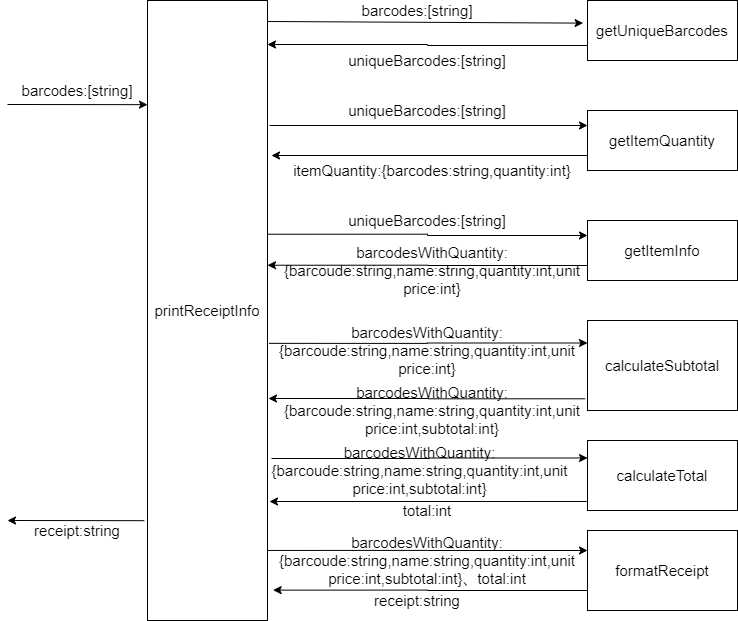
Earlier version of the draw.io export POSsystem.png (wyuefzhuol/POS-system). Source tidied: cells renumbered, new cells last; positions are measured from the earlier drawing's top-left corner, leaving out a move shared by most shapes.
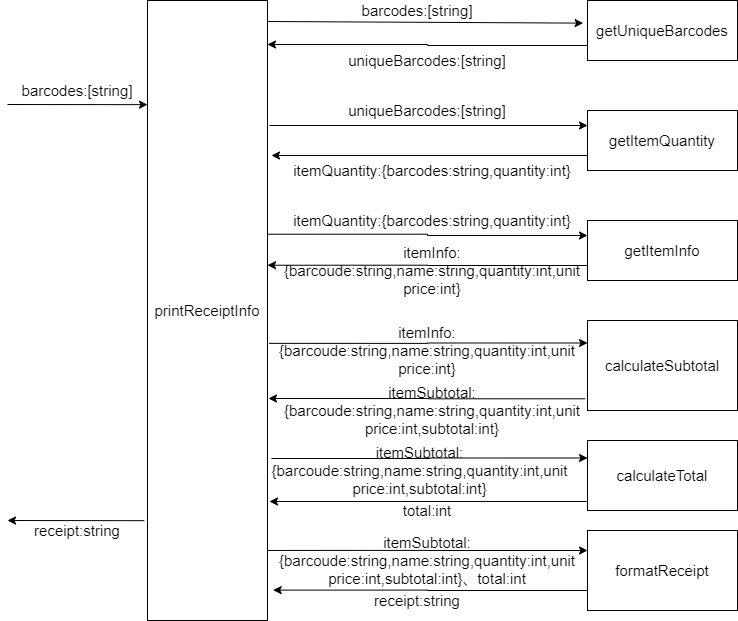
After the commit.

Change to the diagram source:
```diff
@@ -101,29 +101,29 @@
     <mxCell id="28" value="itemQuantity:{barcodes:string,quantity:int}" style="text;html=1;strokeColor=none;fillColor=none;align=center;verticalAlign=middle;whiteSpace=wrap;rounded=0;fontSize=15;" parent="1" vertex="1">
       <mxGeometry x="280" y="160" width="290" height="20" as="geometry" />
     </mxCell>
-    <mxCell id="29" value="uniqueBarcodes:[string]" style="text;html=1;strokeColor=none;fillColor=none;align=center;verticalAlign=middle;whiteSpace=wrap;rounded=0;fontSize=15;" parent="1" vertex="1">
-      <mxGeometry x="275" y="210" width="290" height="20" as="geometry" />
-    </mxCell>
-    <mxCell id="30" value="barcodesWithQuantity:{barcoude:string,name:string,quantity:int,unit price:int}" style="text;html=1;strokeColor=none;fillColor=none;align=center;verticalAlign=middle;whiteSpace=wrap;rounded=0;fontSize=15;" parent="1" vertex="1">
+    <mxCell id="30" value="itemInfo:{barcoude:string,name:string,quantity:int,unit price:int}" style="text;html=1;strokeColor=none;fillColor=none;align=center;verticalAlign=middle;whiteSpace=wrap;rounded=0;fontSize=15;" parent="1" vertex="1">
       <mxGeometry x="280" y="260" width="290" height="20" as="geometry" />
     </mxCell>
-    <mxCell id="31" value="barcodesWithQuantity:{barcoude:string,name:string,quantity:int,unit price:int}" style="text;html=1;strokeColor=none;fillColor=none;align=center;verticalAlign=middle;whiteSpace=wrap;rounded=0;fontSize=15;" parent="1" vertex="1">
+    <mxCell id="31" value="itemInfo:{barcoude:string,name:string,quantity:int,unit price:int}" style="text;html=1;strokeColor=none;fillColor=none;align=center;verticalAlign=middle;whiteSpace=wrap;rounded=0;fontSize=15;" parent="1" vertex="1">
       <mxGeometry x="275" y="340" width="290" height="20" as="geometry" />
     </mxCell>
-    <mxCell id="32" value="barcodesWithQuantity:{barcoude:string,name:string,quantity:int,unit price:int,subtotal:int}" style="text;html=1;strokeColor=none;fillColor=none;align=center;verticalAlign=middle;whiteSpace=wrap;rounded=0;fontSize=15;" parent="1" vertex="1">
+    <mxCell id="32" value="itemSubtotal:{barcoude:string,name:string,quantity:int,unit price:int,subtotal:int}" style="text;html=1;strokeColor=none;fillColor=none;align=center;verticalAlign=middle;whiteSpace=wrap;rounded=0;fontSize=15;" parent="1" vertex="1">
       <mxGeometry x="270" y="400" width="310" height="20" as="geometry" />
     </mxCell>
-    <mxCell id="33" value="barcodesWithQuantity:{barcoude:string,name:string,quantity:int,unit price:int,subtotal:int}" style="text;html=1;strokeColor=none;fillColor=none;align=center;verticalAlign=middle;whiteSpace=wrap;rounded=0;fontSize=15;" parent="1" vertex="1">
+    <mxCell id="33" value="itemSubtotal:{barcoude:string,name:string,quantity:int,unit price:int,subtotal:int}" style="text;html=1;strokeColor=none;fillColor=none;align=center;verticalAlign=middle;whiteSpace=wrap;rounded=0;fontSize=15;" parent="1" vertex="1">
       <mxGeometry x="265" y="460" width="295" height="20" as="geometry" />
     </mxCell>
     <mxCell id="34" value="total:int" style="text;html=1;strokeColor=none;fillColor=none;align=center;verticalAlign=middle;whiteSpace=wrap;rounded=0;fontSize=15;" parent="1" vertex="1">
       <mxGeometry x="330" y="500" width="180" height="20" as="geometry" />
     </mxCell>
-    <mxCell id="35" value="barcodesWithQuantity:{barcoude:string,name:string,quantity:int,unit price:int,subtotal:int}、total:int" style="text;html=1;strokeColor=none;fillColor=none;align=center;verticalAlign=middle;whiteSpace=wrap;rounded=0;fontSize=15;" parent="1" vertex="1">
+    <mxCell id="35" value="itemSubtotal:{barcoude:string,name:string,quantity:int,unit price:int,subtotal:int}、total:int" style="text;html=1;strokeColor=none;fillColor=none;align=center;verticalAlign=middle;whiteSpace=wrap;rounded=0;fontSize=15;" parent="1" vertex="1">
       <mxGeometry x="295" y="550" width="250" height="20" as="geometry" />
     </mxCell>
     <mxCell id="36" value="receipt:string" style="text;html=1;strokeColor=none;fillColor=none;align=center;verticalAlign=middle;whiteSpace=wrap;rounded=0;fontSize=15;" parent="1" vertex="1">
       <mxGeometry x="320" y="590" width="180" height="20" as="geometry" />
     </mxCell>
+    <mxCell id="37" value="itemQuantity:{barcodes:string,quantity:int}" style="text;html=1;strokeColor=none;fillColor=none;align=center;verticalAlign=middle;whiteSpace=wrap;rounded=0;fontSize=15;" parent="1" vertex="1">
+      <mxGeometry x="280" y="210" width="290" height="20" as="geometry" />
+    </mxCell>
   </root>
 </mxGraphModel>
```
